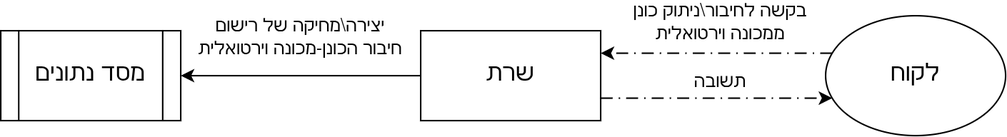
Earlier version of the draw.io export Documentation/Diagrams/DataFlow/Client/DriveConnectionDisconnection.drawio.png (rdex999/VM-Nexus). Source tidied: cells renumbered, new cells last; positions are measured from the earlier drawing's top-left corner, leaving out a move shared by most shapes. Source of this version:
```xml
<mxGraphModel>
  <root>
    <mxCell id="0" />
    <mxCell id="1" parent="0" />
    <mxCell id="2" value="&lt;font style=&quot;font-size: 16px;&quot;&gt;מסד נתונים&lt;/font&gt;" style="shape=process;whiteSpace=wrap;html=1;backgroundOutline=1;" parent="1" vertex="1">
      <mxGeometry y="20" width="120" height="60" as="geometry" />
    </mxCell>
    <mxCell id="3" style="edgeStyle=orthogonalEdgeStyle;rounded=0;jettySize=auto;html=1;entryX=1;entryY=0.5;entryDx=0;entryDy=0;" parent="1" edge="1" source="4" target="2">
      <mxGeometry relative="1" as="geometry" />
    </mxCell>
    <mxCell id="4" value="&lt;font style=&quot;font-size: 16px;&quot;&gt;שרת&lt;/font&gt;" style="rounded=0;whiteSpace=wrap;html=1;" parent="1" vertex="1">
      <mxGeometry x="280" y="20" width="120" height="60" as="geometry" />
    </mxCell>
    <mxCell id="5" style="edgeStyle=orthogonalEdgeStyle;rounded=0;jettySize=auto;html=1;entryX=1;entryY=0.25;entryDx=0;entryDy=0;dashed=1;dashPattern=8 4 1 4;" parent="1" edge="1" source="7" target="4">
      <mxGeometry relative="1" as="geometry">
        <Array as="points">
          <mxPoint x="540" y="35" />
          <mxPoint x="540" y="35" />
        </Array>
      </mxGeometry>
    </mxCell>
    <mxCell id="6" style="edgeStyle=orthogonalEdgeStyle;rounded=0;jettySize=auto;html=1;exitX=1;exitY=0.75;exitDx=0;exitDy=0;dashed=1;dashPattern=8 4 1 4;" parent="1" edge="1" source="4" target="7">
      <mxGeometry relative="1" as="geometry">
        <Array as="points">
          <mxPoint x="540" y="65" />
          <mxPoint x="540" y="65" />
        </Array>
      </mxGeometry>
    </mxCell>
    <mxCell id="7" value="&lt;font style=&quot;font-size: 16px;&quot;&gt;לקוח&lt;/font&gt;" style="ellipse;whiteSpace=wrap;html=1;" parent="1" vertex="1">
      <mxGeometry x="550" y="10" width="120" height="80" as="geometry" />
    </mxCell>
    <mxCell id="8" value="בקשה לחיבור\ניתוק כונן ממכונה וירטואלית" style="text;html=1;whiteSpace=wrap;strokeColor=none;fillColor=none;align=center;verticalAlign=middle;rounded=0;" parent="1" vertex="1">
      <mxGeometry x="410" width="140" height="30" as="geometry" />
    </mxCell>
    <mxCell id="9" value="תשובה" style="text;html=1;whiteSpace=wrap;strokeColor=none;fillColor=none;align=center;verticalAlign=middle;rounded=0;" parent="1" vertex="1">
      <mxGeometry x="450" y="40" width="60" height="30" as="geometry" />
    </mxCell>
    <mxCell id="10" value="יצירה\מחיקה של רישום חיבור הכונן-מכונה וירטואלית" style="text;html=1;whiteSpace=wrap;strokeColor=none;fillColor=none;align=center;verticalAlign=middle;rounded=0;" parent="1" vertex="1">
      <mxGeometry x="130" y="10" width="140" height="30" as="geometry" />
    </mxCell>
  </root>
</mxGraphModel>
```
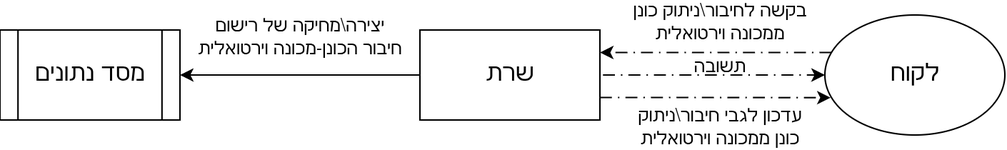
Above is the later version.

Commit message:
Corrected drive connection and disconnection, and drive directory creation diagrams.

Diff of the diagram source:
```diff
@@ -22,8 +22,7 @@
     <mxCell id="6" style="edgeStyle=orthogonalEdgeStyle;rounded=0;jettySize=auto;html=1;exitX=1;exitY=0.75;exitDx=0;exitDy=0;dashed=1;dashPattern=8 4 1 4;" parent="1" edge="1" source="4" target="7">
       <mxGeometry relative="1" as="geometry">
         <Array as="points">
-          <mxPoint x="540" y="65" />
-          <mxPoint x="540" y="65" />
+          <mxPoint x="400" y="50" />
         </Array>
       </mxGeometry>
     </mxCell>
@@ -34,10 +33,16 @@
       <mxGeometry x="410" width="140" height="30" as="geometry" />
     </mxCell>
     <mxCell id="9" value="תשובה" style="text;html=1;whiteSpace=wrap;strokeColor=none;fillColor=none;align=center;verticalAlign=middle;rounded=0;" parent="1" vertex="1">
-      <mxGeometry x="450" y="40" width="60" height="30" as="geometry" />
+      <mxGeometry x="450" y="30" width="60" height="30" as="geometry" />
     </mxCell>
     <mxCell id="10" value="יצירה\מחיקה של רישום חיבור הכונן-מכונה וירטואלית" style="text;html=1;whiteSpace=wrap;strokeColor=none;fillColor=none;align=center;verticalAlign=middle;rounded=0;" parent="1" vertex="1">
       <mxGeometry x="130" y="10" width="140" height="30" as="geometry" />
     </mxCell>
+    <mxCell id="11" style="edgeStyle=orthogonalEdgeStyle;rounded=0;jettySize=auto;html=1;exitX=1;exitY=0.75;exitDx=0;exitDy=0;entryX=0.032;entryY=0.689;entryDx=0;entryDy=0;entryPerimeter=0;dashed=1;dashPattern=8 4 1 4;" parent="1" edge="1" source="4" target="7">
+      <mxGeometry relative="1" as="geometry" />
+    </mxCell>
+    <mxCell id="12" value="עדכון לגבי חיבור\ניתוק כונן ממכונה וירטואלית" style="text;html=1;whiteSpace=wrap;strokeColor=none;fillColor=none;align=center;verticalAlign=middle;rounded=0;" parent="1" vertex="1">
+      <mxGeometry x="415" y="70" width="130" height="30" as="geometry" />
+    </mxCell>
   </root>
 </mxGraphModel>
```
